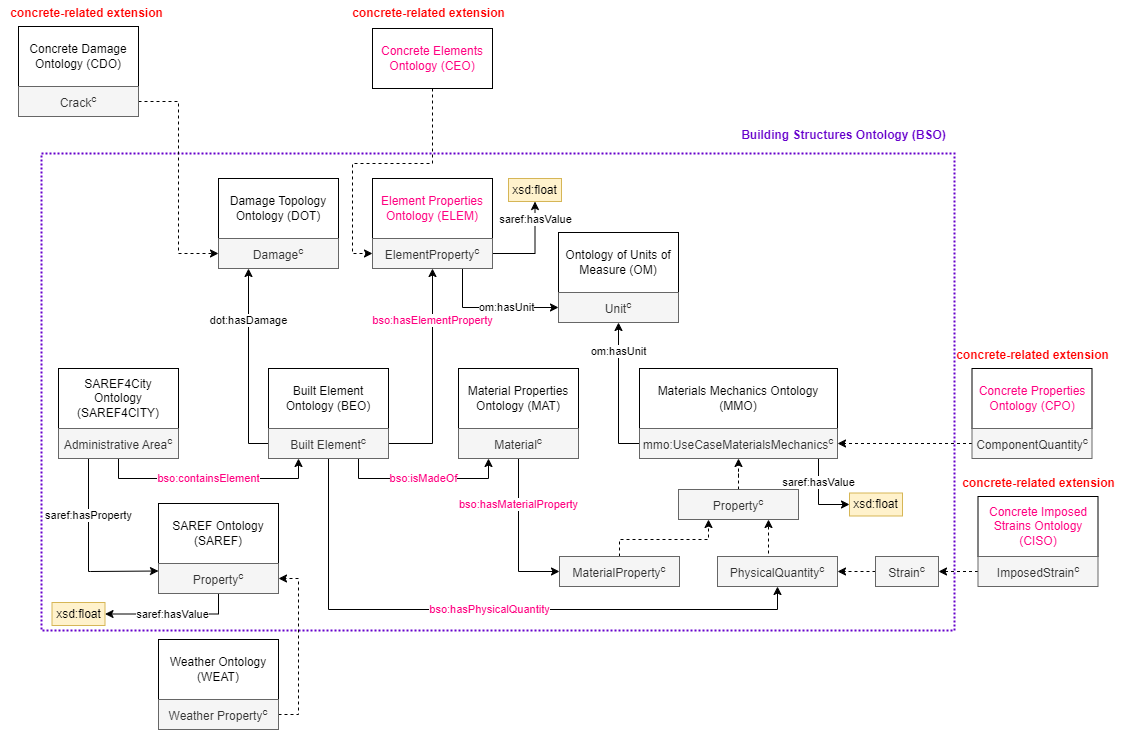
Above: resources/Ontologies/Ontological framework.png in mlaura1996/EurocodesOntologies (draw.io), before the change. Source tidied: cells renumbered, new cells last; positions are measured from the earlier drawing's top-left corner, leaving out a move shared by most shapes. Its diagram source:
```xml
<mxGraphModel>
  <root>
    <mxCell id="0" />
    <mxCell id="1" parent="0" />
    <mxCell id="2" style="rounded=0;whiteSpace=wrap;html=1;fillColor=none;strokeColor=#6600CC;strokeWidth=2;dashed=1;dashPattern=1 1;" parent="1" vertex="1">
      <mxGeometry x="41" y="153" width="913" height="477" as="geometry" />
    </mxCell>
    <mxCell id="3" value="Weather Ontology (WEAT)" style="rounded=0;whiteSpace=wrap;html=1;" parent="1" vertex="1">
      <mxGeometry x="158" y="639" width="120" height="60" as="geometry" />
    </mxCell>
    <mxCell id="4" style="edgeStyle=orthogonalEdgeStyle;rounded=0;jettySize=auto;html=1;exitX=1;exitY=0.5;exitDx=0;exitDy=0;entryX=1;entryY=0.5;entryDx=0;entryDy=0;dashed=1;" parent="1" edge="1" source="5" target="48">
      <mxGeometry relative="1" as="geometry" />
    </mxCell>
    <mxCell id="5" value="Weather Property&lt;sup&gt;c&lt;/sup&gt;" style="rounded=0;whiteSpace=wrap;html=1;fillColor=#f5f5f5;fontColor=#333333;strokeColor=#666666;" parent="1" vertex="1">
      <mxGeometry x="158" y="699" width="120" height="30" as="geometry" />
    </mxCell>
    <mxCell id="6" value="SAREF4City Ontology (SAREF4CITY)" style="rounded=0;whiteSpace=wrap;html=1;" parent="1" vertex="1">
      <mxGeometry x="58" y="368" width="120" height="60" as="geometry" />
    </mxCell>
    <mxCell id="7" value="saref:hasProperty" style="edgeStyle=orthogonalEdgeStyle;rounded=0;jettySize=auto;html=1;exitX=0.25;exitY=1;exitDx=0;exitDy=0;entryX=0;entryY=0.25;entryDx=0;entryDy=0;" parent="1" edge="1" source="9" target="48">
      <mxGeometry x="-0.38" relative="1" as="geometry">
        <Array as="points">
          <mxPoint x="88" y="571" />
          <mxPoint x="90" y="571" />
        </Array>
      </mxGeometry>
    </mxCell>
    <mxCell id="8" value="&lt;font style=&quot;color: rgb(255, 0, 128);&quot;&gt;bso:containsElement&lt;/font&gt;" style="edgeStyle=orthogonalEdgeStyle;rounded=0;jettySize=auto;html=1;exitX=0.5;exitY=1;exitDx=0;exitDy=0;entryX=0.25;entryY=1;entryDx=0;entryDy=0;" parent="1" edge="1" source="9" target="15">
      <mxGeometry relative="1" as="geometry" />
    </mxCell>
    <mxCell id="9" value="Administrative Area&lt;sup&gt;c&lt;/sup&gt;" style="rounded=0;whiteSpace=wrap;html=1;fillColor=#f5f5f5;fontColor=#333333;strokeColor=#666666;" parent="1" vertex="1">
      <mxGeometry x="58" y="428" width="120" height="30" as="geometry" />
    </mxCell>
    <mxCell id="10" value="Built Element Ontology (BEO)" style="rounded=0;whiteSpace=wrap;html=1;" parent="1" vertex="1">
      <mxGeometry x="268" y="368" width="120" height="60" as="geometry" />
    </mxCell>
    <mxCell id="11" value="dot:hasDamage" style="edgeStyle=orthogonalEdgeStyle;rounded=0;jettySize=auto;html=1;exitX=0;exitY=0.5;exitDx=0;exitDy=0;entryX=0.25;entryY=1;entryDx=0;entryDy=0;" parent="1" edge="1" source="15" target="17">
      <mxGeometry x="0.47" relative="1" as="geometry" />
    </mxCell>
    <mxCell id="12" value="&lt;font style=&quot;color: rgb(255, 0, 128);&quot;&gt;bso:isMadeOf&lt;/font&gt;" style="edgeStyle=orthogonalEdgeStyle;rounded=0;jettySize=auto;html=1;exitX=0.75;exitY=1;exitDx=0;exitDy=0;entryX=0.25;entryY=1;entryDx=0;entryDy=0;" parent="1" edge="1" source="15" target="20">
      <mxGeometry relative="1" as="geometry" />
    </mxCell>
    <mxCell id="13" value="&lt;font style=&quot;color: rgb(255, 0, 128);&quot;&gt;bso:hasPhysicalQuantity&lt;/font&gt;" style="edgeStyle=orthogonalEdgeStyle;rounded=0;jettySize=auto;html=1;exitX=0.5;exitY=1;exitDx=0;exitDy=0;entryX=0.5;entryY=1;entryDx=0;entryDy=0;" parent="1" edge="1" source="15" target="33">
      <mxGeometry relative="1" as="geometry">
        <Array as="points">
          <mxPoint x="328" y="609" />
          <mxPoint x="777" y="609" />
        </Array>
      </mxGeometry>
    </mxCell>
    <mxCell id="14" value="&lt;font style=&quot;color: rgb(255, 0, 128);&quot;&gt;bso:hasElementProperty&lt;/font&gt;" style="edgeStyle=orthogonalEdgeStyle;rounded=0;jettySize=auto;html=1;exitX=1;exitY=0.5;exitDx=0;exitDy=0;entryX=0.5;entryY=1;entryDx=0;entryDy=0;" parent="1" edge="1" source="15" target="39">
      <mxGeometry x="0.53" relative="1" as="geometry" />
    </mxCell>
    <mxCell id="15" value="Built Element&lt;sup&gt;c&lt;/sup&gt;" style="rounded=0;whiteSpace=wrap;html=1;fillColor=#f5f5f5;fontColor=#333333;strokeColor=#666666;" parent="1" vertex="1">
      <mxGeometry x="268" y="428" width="120" height="30" as="geometry" />
    </mxCell>
    <mxCell id="16" value="Damage Topology Ontology (DOT)" style="rounded=0;whiteSpace=wrap;html=1;" parent="1" vertex="1">
      <mxGeometry x="218" y="178" width="120" height="60" as="geometry" />
    </mxCell>
    <mxCell id="17" value="Damage&lt;sup&gt;c&lt;/sup&gt;" style="rounded=0;whiteSpace=wrap;html=1;fillColor=#f5f5f5;fontColor=#333333;strokeColor=#666666;" parent="1" vertex="1">
      <mxGeometry x="218" y="238" width="120" height="30" as="geometry" />
    </mxCell>
    <mxCell id="18" value="Material Properties Ontology (MAT)" style="rounded=0;whiteSpace=wrap;html=1;" parent="1" vertex="1">
      <mxGeometry x="458" y="368" width="120" height="60" as="geometry" />
    </mxCell>
    <mxCell id="19" value="&lt;font style=&quot;color: rgb(255, 0, 128);&quot;&gt;bso:hasMaterialProperty&lt;/font&gt;" style="edgeStyle=orthogonalEdgeStyle;rounded=0;jettySize=auto;html=1;exitX=0.5;exitY=1;exitDx=0;exitDy=0;entryX=0;entryY=0.5;entryDx=0;entryDy=0;" parent="1" edge="1" source="20" target="25">
      <mxGeometry x="-0.41" relative="1" as="geometry" />
    </mxCell>
    <mxCell id="20" value="Material&lt;sup&gt;c&lt;/sup&gt;" style="rounded=0;whiteSpace=wrap;html=1;fillColor=#f5f5f5;fontColor=#333333;strokeColor=#666666;" parent="1" vertex="1">
      <mxGeometry x="458" y="428" width="120" height="30" as="geometry" />
    </mxCell>
    <mxCell id="21" value="Materials Mechanics Ontology (MMO)" style="rounded=0;whiteSpace=wrap;html=1;" parent="1" vertex="1">
      <mxGeometry x="639" y="368" width="198" height="60" as="geometry" />
    </mxCell>
    <mxCell id="22" style="edgeStyle=orthogonalEdgeStyle;rounded=0;jettySize=auto;html=1;exitX=0.5;exitY=0;exitDx=0;exitDy=0;dashed=1;" parent="1" edge="1" source="23" target="31">
      <mxGeometry relative="1" as="geometry" />
    </mxCell>
    <mxCell id="23" value="Property&lt;sup&gt;c&lt;/sup&gt;" style="rounded=0;whiteSpace=wrap;html=1;fillColor=#f5f5f5;fontColor=#333333;strokeColor=#666666;" parent="1" vertex="1">
      <mxGeometry x="678" y="489" width="120" height="30" as="geometry" />
    </mxCell>
    <mxCell id="24" style="edgeStyle=orthogonalEdgeStyle;rounded=0;jettySize=auto;html=1;exitX=0.5;exitY=0;exitDx=0;exitDy=0;entryX=0.25;entryY=1;entryDx=0;entryDy=0;dashed=1;" parent="1" edge="1" source="25" target="23">
      <mxGeometry relative="1" as="geometry">
        <Array as="points">
          <mxPoint x="619" y="539" />
          <mxPoint x="708" y="539" />
        </Array>
      </mxGeometry>
    </mxCell>
    <mxCell id="25" value="MaterialProperty&lt;sup&gt;c&lt;/sup&gt;" style="rounded=0;whiteSpace=wrap;html=1;fillColor=#f5f5f5;fontColor=#333333;strokeColor=#666666;" parent="1" vertex="1">
      <mxGeometry x="559" y="556" width="120" height="30" as="geometry" />
    </mxCell>
    <mxCell id="26" value="&lt;font style=&quot;color: rgb(255, 0, 128);&quot;&gt;Concrete Properties Ontology (CPO)&lt;/font&gt;" style="rounded=0;whiteSpace=wrap;html=1;" parent="1" vertex="1">
      <mxGeometry x="971.5" y="368" width="120" height="60" as="geometry" />
    </mxCell>
    <mxCell id="27" style="edgeStyle=orthogonalEdgeStyle;rounded=0;jettySize=auto;html=1;exitX=0;exitY=0.5;exitDx=0;exitDy=0;entryX=1;entryY=0.5;entryDx=0;entryDy=0;dashed=1;" parent="1" edge="1" source="28" target="31">
      <mxGeometry relative="1" as="geometry" />
    </mxCell>
    <mxCell id="28" value="ComponentQuantity&lt;sup&gt;c&lt;/sup&gt;" style="rounded=0;whiteSpace=wrap;html=1;fillColor=#f5f5f5;fontColor=#333333;strokeColor=#666666;" parent="1" vertex="1">
      <mxGeometry x="971.5" y="428" width="120" height="30" as="geometry" />
    </mxCell>
    <mxCell id="29" value="om:hasUnit" style="edgeStyle=orthogonalEdgeStyle;rounded=0;jettySize=auto;html=1;exitX=0;exitY=0.5;exitDx=0;exitDy=0;entryX=0.5;entryY=1;entryDx=0;entryDy=0;" parent="1" edge="1" source="31" target="35">
      <mxGeometry x="0.59" relative="1" as="geometry" />
    </mxCell>
    <mxCell id="30" value="saref:hasValue" style="edgeStyle=orthogonalEdgeStyle;rounded=0;jettySize=auto;html=1;exitX=0.75;exitY=1;exitDx=0;exitDy=0;entryX=0;entryY=0.5;entryDx=0;entryDy=0;" parent="1" edge="1" source="31" target="59">
      <mxGeometry relative="1" as="geometry">
        <Array as="points">
          <mxPoint x="818" y="458" />
          <mxPoint x="818" y="504" />
        </Array>
      </mxGeometry>
    </mxCell>
    <mxCell id="31" value="mmo:UseCaseMaterialsMechanics&lt;sup&gt;c&lt;/sup&gt;" style="rounded=0;whiteSpace=wrap;html=1;fillColor=#f5f5f5;fontColor=#333333;strokeColor=#666666;" parent="1" vertex="1">
      <mxGeometry x="639" y="428" width="198" height="30" as="geometry" />
    </mxCell>
    <mxCell id="32" style="edgeStyle=orthogonalEdgeStyle;rounded=0;jettySize=auto;html=1;exitX=0.5;exitY=0;exitDx=0;exitDy=0;entryX=0.75;entryY=1;entryDx=0;entryDy=0;dashed=1;" parent="1" edge="1" source="33" target="23">
      <mxGeometry relative="1" as="geometry" />
    </mxCell>
    <mxCell id="33" value="PhysicalQuantity&lt;sup&gt;c&lt;/sup&gt;" style="rounded=0;whiteSpace=wrap;html=1;fillColor=#f5f5f5;fontColor=#333333;strokeColor=#666666;" parent="1" vertex="1">
      <mxGeometry x="717" y="556" width="120" height="30" as="geometry" />
    </mxCell>
    <mxCell id="34" value="Ontology of Units of Measure (OM)" style="rounded=0;whiteSpace=wrap;html=1;" parent="1" vertex="1">
      <mxGeometry x="558" y="232" width="120" height="60" as="geometry" />
    </mxCell>
    <mxCell id="35" value="Unit&lt;sup&gt;c&lt;/sup&gt;" style="rounded=0;whiteSpace=wrap;html=1;fillColor=#f5f5f5;fontColor=#333333;strokeColor=#666666;" parent="1" vertex="1">
      <mxGeometry x="558" y="292" width="120" height="30" as="geometry" />
    </mxCell>
    <mxCell id="36" value="&lt;div&gt;&lt;font style=&quot;color: rgb(255, 0, 128);&quot;&gt;Element Properties Ontology (ELEM)&lt;/font&gt;&lt;/div&gt;" style="rounded=0;whiteSpace=wrap;html=1;" parent="1" vertex="1">
      <mxGeometry x="372" y="178" width="120" height="60" as="geometry" />
    </mxCell>
    <mxCell id="37" value="om:hasUnit" style="edgeStyle=orthogonalEdgeStyle;rounded=0;jettySize=auto;html=1;exitX=0.75;exitY=1;exitDx=0;exitDy=0;entryX=0;entryY=0.5;entryDx=0;entryDy=0;" parent="1" edge="1" source="39" target="35">
      <mxGeometry x="0.22" relative="1" as="geometry" />
    </mxCell>
    <mxCell id="38" value="saref:hasValue" style="edgeStyle=orthogonalEdgeStyle;rounded=0;jettySize=auto;html=1;exitX=1;exitY=0.5;exitDx=0;exitDy=0;entryX=0.5;entryY=1;entryDx=0;entryDy=0;" parent="1" edge="1" source="39" target="58">
      <mxGeometry x="0.64" relative="1" as="geometry" />
    </mxCell>
    <mxCell id="39" value="ElementProperty&lt;sup&gt;c&lt;/sup&gt;" style="rounded=0;whiteSpace=wrap;html=1;fillColor=#f5f5f5;fontColor=#333333;strokeColor=#666666;" parent="1" vertex="1">
      <mxGeometry x="372" y="238" width="120" height="30" as="geometry" />
    </mxCell>
    <mxCell id="40" value="Concrete Damage Ontology (CDO)" style="rounded=0;whiteSpace=wrap;html=1;" parent="1" vertex="1">
      <mxGeometry x="18" y="26" width="120" height="60" as="geometry" />
    </mxCell>
    <mxCell id="41" style="edgeStyle=orthogonalEdgeStyle;rounded=0;jettySize=auto;html=1;exitX=1;exitY=0.5;exitDx=0;exitDy=0;entryX=0;entryY=0.5;entryDx=0;entryDy=0;dashed=1;" parent="1" edge="1" source="42" target="17">
      <mxGeometry x="-0.23" relative="1" as="geometry" />
    </mxCell>
    <mxCell id="42" value="Crack&lt;sup&gt;c&lt;/sup&gt;" style="rounded=0;whiteSpace=wrap;html=1;fillColor=#f5f5f5;fontColor=#333333;strokeColor=#666666;" parent="1" vertex="1">
      <mxGeometry x="18" y="86" width="120" height="30" as="geometry" />
    </mxCell>
    <mxCell id="43" style="edgeStyle=orthogonalEdgeStyle;rounded=0;jettySize=auto;html=1;exitX=0.5;exitY=1;exitDx=0;exitDy=0;entryX=0;entryY=0.5;entryDx=0;entryDy=0;dashed=1;" parent="1" edge="1" source="44" target="39">
      <mxGeometry relative="1" as="geometry" />
    </mxCell>
    <mxCell id="44" value="&lt;div&gt;&lt;font style=&quot;color: rgb(255, 0, 128);&quot;&gt;Concrete Elements Ontology (CEO)&lt;/font&gt;&lt;/div&gt;" style="rounded=0;whiteSpace=wrap;html=1;" parent="1" vertex="1">
      <mxGeometry x="372" y="28" width="120" height="60" as="geometry" />
    </mxCell>
    <mxCell id="45" value="&lt;font style=&quot;color: rgb(255, 0, 0);&quot;&gt;&lt;b&gt;concrete-related extension&lt;/b&gt;&lt;/font&gt;" style="text;html=1;align=center;verticalAlign=middle;strokeColor=none;fillColor=none;" parent="1" vertex="1">
      <mxGeometry width="171" height="26" as="geometry" />
    </mxCell>
    <mxCell id="46" value="SAREF Ontology (SAREF)" style="rounded=0;whiteSpace=wrap;html=1;" parent="1" vertex="1">
      <mxGeometry x="158" y="503" width="120" height="60" as="geometry" />
    </mxCell>
    <mxCell id="47" value="saref:hasValue" style="edgeStyle=orthogonalEdgeStyle;rounded=0;jettySize=auto;html=1;exitX=0.5;exitY=1;exitDx=0;exitDy=0;entryX=1;entryY=0.5;entryDx=0;entryDy=0;" parent="1" edge="1" source="48" target="60">
      <mxGeometry relative="1" as="geometry" />
    </mxCell>
    <mxCell id="48" value="Property&lt;sup&gt;c&lt;/sup&gt;" style="rounded=0;whiteSpace=wrap;html=1;fillColor=#f5f5f5;fontColor=#333333;strokeColor=#666666;" parent="1" vertex="1">
      <mxGeometry x="158" y="563" width="120" height="30" as="geometry" />
    </mxCell>
    <mxCell id="49" style="edgeStyle=orthogonalEdgeStyle;rounded=0;jettySize=auto;html=1;exitX=0;exitY=0.5;exitDx=0;exitDy=0;entryX=1;entryY=0.5;entryDx=0;entryDy=0;dashed=1;" parent="1" edge="1" source="50" target="33">
      <mxGeometry relative="1" as="geometry" />
    </mxCell>
    <mxCell id="50" value="Strain&lt;sup&gt;c&lt;/sup&gt;" style="rounded=0;whiteSpace=wrap;html=1;fillColor=#f5f5f5;fontColor=#333333;strokeColor=#666666;" parent="1" vertex="1">
      <mxGeometry x="875" y="556" width="63" height="30" as="geometry" />
    </mxCell>
    <mxCell id="51" value="&lt;font style=&quot;color: rgb(255, 0, 128);&quot;&gt;Concrete Imposed Strains Ontology (CISO)&lt;/font&gt;" style="rounded=0;whiteSpace=wrap;html=1;" parent="1" vertex="1">
      <mxGeometry x="977.5" y="496" width="120" height="60" as="geometry" />
    </mxCell>
    <mxCell id="52" style="edgeStyle=orthogonalEdgeStyle;rounded=0;jettySize=auto;html=1;exitX=0;exitY=0.5;exitDx=0;exitDy=0;entryX=1;entryY=0.5;entryDx=0;entryDy=0;dashed=1;" parent="1" edge="1" source="53" target="50">
      <mxGeometry relative="1" as="geometry" />
    </mxCell>
    <mxCell id="53" value="ImposedStrain&lt;sup&gt;c&lt;/sup&gt;" style="rounded=0;whiteSpace=wrap;html=1;fillColor=#f5f5f5;fontColor=#333333;strokeColor=#666666;" parent="1" vertex="1">
      <mxGeometry x="977.5" y="556" width="120" height="30" as="geometry" />
    </mxCell>
    <mxCell id="54" value="&lt;font style=&quot;color: rgb(255, 0, 0);&quot;&gt;&lt;b&gt;concrete-related extension&lt;/b&gt;&lt;/font&gt;" style="text;html=1;align=center;verticalAlign=middle;strokeColor=none;fillColor=none;" parent="1" vertex="1">
      <mxGeometry x="342" width="171" height="26" as="geometry" />
    </mxCell>
    <mxCell id="55" value="&lt;font style=&quot;color: rgb(255, 0, 0);&quot;&gt;&lt;b&gt;concrete-related extension&lt;/b&gt;&lt;/font&gt;" style="text;html=1;align=center;verticalAlign=middle;strokeColor=none;fillColor=none;" parent="1" vertex="1">
      <mxGeometry x="952" y="470" width="171" height="26" as="geometry" />
    </mxCell>
    <mxCell id="56" value="&lt;font style=&quot;color: rgb(255, 0, 0);&quot;&gt;&lt;b&gt;concrete-related extension&lt;/b&gt;&lt;/font&gt;" style="text;html=1;align=center;verticalAlign=middle;strokeColor=none;fillColor=none;" parent="1" vertex="1">
      <mxGeometry x="946" y="342" width="171" height="26" as="geometry" />
    </mxCell>
    <mxCell id="57" value="&lt;font style=&quot;color: rgb(102, 0, 204);&quot;&gt;&lt;b style=&quot;&quot;&gt;Building Structures Ontology (BSO)&lt;/b&gt;&lt;/font&gt;" style="text;html=1;align=center;verticalAlign=middle;strokeColor=none;fillColor=none;" parent="1" vertex="1">
      <mxGeometry x="731" y="122" width="223" height="26" as="geometry" />
    </mxCell>
    <mxCell id="58" value="xsd:float" style="rounded=0;whiteSpace=wrap;html=1;fillColor=#fff2cc;strokeColor=#d6b656;" parent="1" vertex="1">
      <mxGeometry x="508" y="178" width="53" height="23" as="geometry" />
    </mxCell>
    <mxCell id="59" value="xsd:float" style="rounded=0;whiteSpace=wrap;html=1;fillColor=#fff2cc;strokeColor=#d6b656;" parent="1" vertex="1">
      <mxGeometry x="849" y="492.5" width="53" height="23" as="geometry" />
    </mxCell>
    <mxCell id="60" value="xsd:float" style="rounded=0;whiteSpace=wrap;html=1;fillColor=#fff2cc;strokeColor=#d6b656;" parent="1" vertex="1">
      <mxGeometry x="51.5" y="602" width="53" height="23" as="geometry" />
    </mxCell>
  </root>
</mxGraphModel>
```
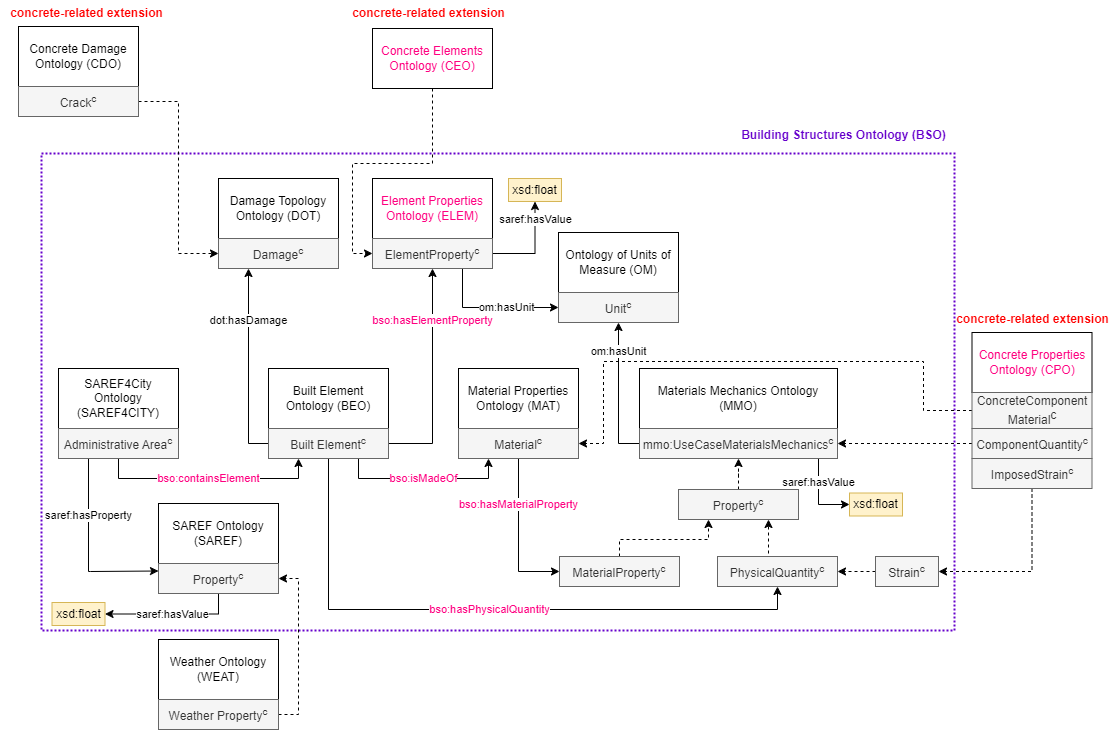
After the commit.

Commit message:
integration of CISO into CPO; rules update

What changed in the source:
```diff
@@ -90,7 +90,7 @@
       <mxGeometry x="559" y="556" width="120" height="30" as="geometry" />
     </mxCell>
     <mxCell id="26" value="&lt;font style=&quot;color: rgb(255, 0, 128);&quot;&gt;Concrete Properties Ontology (CPO)&lt;/font&gt;" style="rounded=0;whiteSpace=wrap;html=1;" parent="1" vertex="1">
-      <mxGeometry x="971.5" y="368" width="120" height="60" as="geometry" />
+      <mxGeometry x="971.5" y="332" width="120" height="60" as="geometry" />
     </mxCell>
     <mxCell id="27" style="edgeStyle=orthogonalEdgeStyle;rounded=0;jettySize=auto;html=1;exitX=0;exitY=0.5;exitDx=0;exitDy=0;entryX=1;entryY=0.5;entryDx=0;entryDy=0;dashed=1;" parent="1" edge="1" source="28" target="31">
       <mxGeometry relative="1" as="geometry" />
@@ -169,23 +169,17 @@
     <mxCell id="50" value="Strain&lt;sup&gt;c&lt;/sup&gt;" style="rounded=0;whiteSpace=wrap;html=1;fillColor=#f5f5f5;fontColor=#333333;strokeColor=#666666;" parent="1" vertex="1">
       <mxGeometry x="875" y="556" width="63" height="30" as="geometry" />
     </mxCell>
-    <mxCell id="51" value="&lt;font style=&quot;color: rgb(255, 0, 128);&quot;&gt;Concrete Imposed Strains Ontology (CISO)&lt;/font&gt;" style="rounded=0;whiteSpace=wrap;html=1;" parent="1" vertex="1">
-      <mxGeometry x="977.5" y="496" width="120" height="60" as="geometry" />
-    </mxCell>
-    <mxCell id="52" style="edgeStyle=orthogonalEdgeStyle;rounded=0;jettySize=auto;html=1;exitX=0;exitY=0.5;exitDx=0;exitDy=0;entryX=1;entryY=0.5;entryDx=0;entryDy=0;dashed=1;" parent="1" edge="1" source="53" target="50">
+    <mxCell id="52" style="edgeStyle=orthogonalEdgeStyle;rounded=0;jettySize=auto;html=1;exitX=0.5;exitY=1;exitDx=0;exitDy=0;entryX=1;entryY=0.5;entryDx=0;entryDy=0;dashed=1;" parent="1" edge="1" source="53" target="50">
       <mxGeometry relative="1" as="geometry" />
     </mxCell>
     <mxCell id="53" value="ImposedStrain&lt;sup&gt;c&lt;/sup&gt;" style="rounded=0;whiteSpace=wrap;html=1;fillColor=#f5f5f5;fontColor=#333333;strokeColor=#666666;" parent="1" vertex="1">
-      <mxGeometry x="977.5" y="556" width="120" height="30" as="geometry" />
+      <mxGeometry x="971.5" y="458" width="120" height="30" as="geometry" />
     </mxCell>
     <mxCell id="54" value="&lt;font style=&quot;color: rgb(255, 0, 0);&quot;&gt;&lt;b&gt;concrete-related extension&lt;/b&gt;&lt;/font&gt;" style="text;html=1;align=center;verticalAlign=middle;strokeColor=none;fillColor=none;" parent="1" vertex="1">
       <mxGeometry x="342" width="171" height="26" as="geometry" />
     </mxCell>
-    <mxCell id="55" value="&lt;font style=&quot;color: rgb(255, 0, 0);&quot;&gt;&lt;b&gt;concrete-related extension&lt;/b&gt;&lt;/font&gt;" style="text;html=1;align=center;verticalAlign=middle;strokeColor=none;fillColor=none;" parent="1" vertex="1">
-      <mxGeometry x="952" y="470" width="171" height="26" as="geometry" />
-    </mxCell>
     <mxCell id="56" value="&lt;font style=&quot;color: rgb(255, 0, 0);&quot;&gt;&lt;b&gt;concrete-related extension&lt;/b&gt;&lt;/font&gt;" style="text;html=1;align=center;verticalAlign=middle;strokeColor=none;fillColor=none;" parent="1" vertex="1">
-      <mxGeometry x="946" y="342" width="171" height="26" as="geometry" />
+      <mxGeometry x="946" y="306" width="171" height="26" as="geometry" />
     </mxCell>
     <mxCell id="57" value="&lt;font style=&quot;color: rgb(102, 0, 204);&quot;&gt;&lt;b style=&quot;&quot;&gt;Building Structures Ontology (BSO)&lt;/b&gt;&lt;/font&gt;" style="text;html=1;align=center;verticalAlign=middle;strokeColor=none;fillColor=none;" parent="1" vertex="1">
       <mxGeometry x="731" y="122" width="223" height="26" as="geometry" />
@@ -199,5 +193,18 @@
     <mxCell id="60" value="xsd:float" style="rounded=0;whiteSpace=wrap;html=1;fillColor=#fff2cc;strokeColor=#d6b656;" parent="1" vertex="1">
       <mxGeometry x="51.5" y="602" width="53" height="23" as="geometry" />
     </mxCell>
+    <mxCell id="61" style="edgeStyle=orthogonalEdgeStyle;rounded=0;jettySize=auto;html=1;exitX=0;exitY=0.5;exitDx=0;exitDy=0;entryX=1;entryY=0.5;entryDx=0;entryDy=0;dashed=1;" parent="1" edge="1" source="62" target="20">
+      <mxGeometry relative="1" as="geometry">
+        <Array as="points">
+          <mxPoint x="923" y="410" />
+          <mxPoint x="923" y="361" />
+          <mxPoint x="603" y="361" />
+          <mxPoint x="603" y="443" />
+        </Array>
+      </mxGeometry>
+    </mxCell>
+    <mxCell id="62" value="ConcreteComponent&lt;div&gt;Material&lt;span style=&quot;vertical-align: super; background-color: transparent; color: light-dark(rgb(51, 51, 51), rgb(193, 193, 193));&quot;&gt;c&lt;/span&gt;&lt;/div&gt;" style="rounded=0;whiteSpace=wrap;html=1;fillColor=#f5f5f5;fontColor=#333333;strokeColor=#666666;" parent="1" vertex="1">
+      <mxGeometry x="971.5" y="392" width="120" height="36" as="geometry" />
+    </mxCell>
   </root>
 </mxGraphModel>
```
